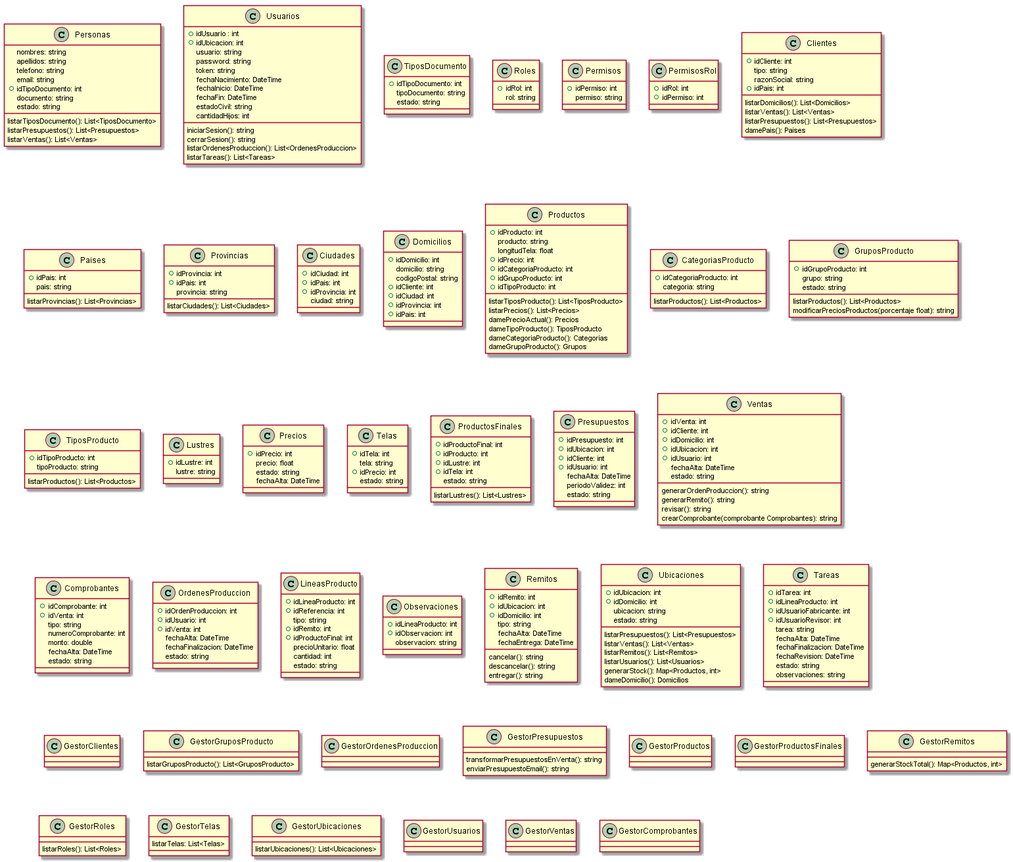
Before: Informe Final/Imagenes/DiagramaClases/Vistas/fichaTecnicaClases.png, a diagram exported from PlantUML (ZMGestion/DocumentacionZMGestion).
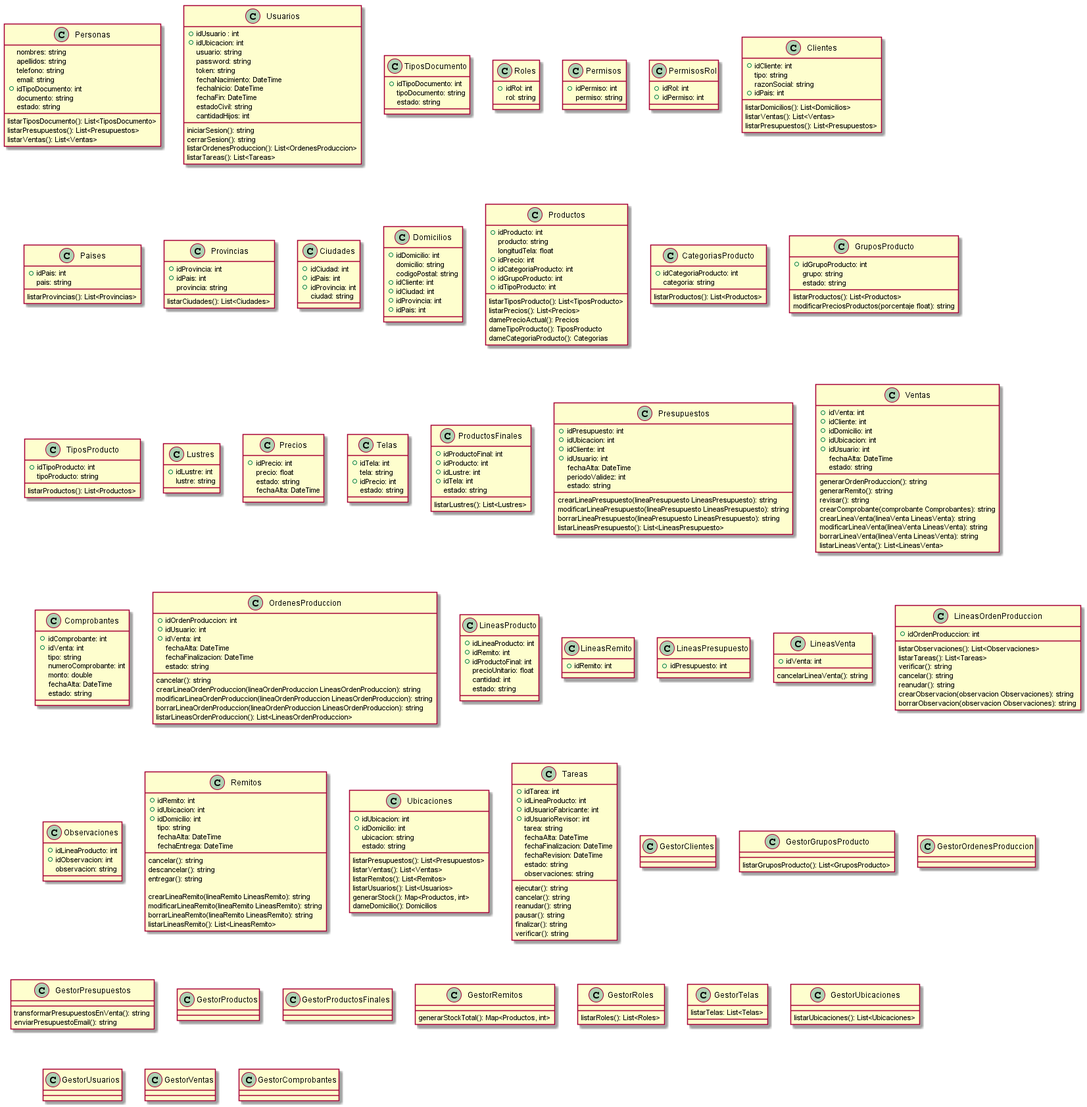
Above is the later version.

The edit, as a diff of the source:
```diff
@@ -55,7 +55,6 @@
     listarDomicilios(): List<Domicilios>
     listarVentas(): List<Ventas>
     listarPresupuestos(): List<Presupuestos>
-    damePais(): Paises
 }
 class Paises{
     +idPais: int
@@ -99,7 +98,6 @@
     damePrecioActual(): Precios
     dameTipoProducto(): TiposProducto
     dameCategoriaProducto(): Categorias
-    dameGrupoProducto(): Grupos
 }
 class CategoriasProducto{
     +idCategoriaProducto: int
@@ -154,6 +152,11 @@
     fechaAlta: DateTime
     periodoValidez: int
     estado: string
+
+    crearLineaPresupuesto(lineaPresupuesto LineasPresupuesto): string
+    modificarLineaPresupuesto(lineaPresupuesto LineasPresupuesto): string
+    borrarLineaPresupuesto(lineaPresupuesto LineasPresupuesto): string
+    listarLineasPresupuesto(): List<LineasPresupuesto>
 }
 class Ventas{
     +idVenta: int
@@ -168,6 +171,10 @@
     generarRemito(): string
     revisar(): string
     crearComprobante(comprobante Comprobantes): string
+    crearLineaVenta(lineaVenta LineasVenta): string
+    modificarLineaVenta(lineaVenta LineasVenta): string
+    borrarLineaVenta(lineaVenta LineasVenta): string
+    listarLineasVenta(): List<LineasVenta>
 }
 class Comprobantes{
     +idComprobante: int
@@ -185,16 +192,42 @@
     fechaAlta: DateTime
     fechaFinalizacion: DateTime
     estado: string
+
+    cancelar(): string
+    crearLineaOrdenProduccion(lineaOrdenProduccion LineasOrdenProduccion): string
+    modificarLineaOrdenProduccion(lineaOrdenProduccion LineasOrdenProduccion): string
+    borrarLineaOrdenProduccion(lineaOrdenProduccion LineasOrdenProduccion): string
+    listarLineasOrdenProduccion(): List<LineasOrdenProduccion>
 }
 class LineasProducto{
     +idLineaProducto: int
-    +idReferencia: int
-    tipo: string
     +idRemito: int
     +idProductoFinal: int
     precioUnitario: float
     cantidad: int
     estado: string
+}
+class LineasRemito{
+    +idRemito: int
+}
+class LineasPresupuesto{
+    +idPresupuesto: int
+}
+class LineasVenta{
+    +idVenta: int
+
+    cancelarLineaVenta(): string
+}
+class LineasOrdenProduccion{
+    +idOrdenProduccion: int
+
+    listarObservaciones(): List<Observaciones>
+    listarTareas(): List<Tareas>
+    verificar(): string
+    cancelar(): string
+    reanudar(): string
+    crearObservacion(observacion Observaciones): string
+    borrarObservacion(observacion Observaciones): string
 }
 class Observaciones{
     +idLineaProducto: int
@@ -211,6 +244,11 @@
     cancelar(): string
     descancelar(): string
     entregar(): string
+
+    crearLineaRemito(lineaRemito LineasRemito): string
+    modificarLineaRemito(lineaRemito LineasRemito): string
+    borrarLineaRemito(lineaRemito LineasRemito): string
+    listarLineasRemito(): List<LineasRemito>
 }
 class Ubicaciones{
     +idUbicacion: int
@@ -236,6 +274,13 @@
     fechaRevision: DateTime
     estado: string
     observaciones: string
+
+    ejecutar(): string
+    cancelar(): string
+    reanudar(): string
+    pausar(): string
+    finalizar(): string
+    verificar(): string
 }
 class GestorClientes{
 
```
